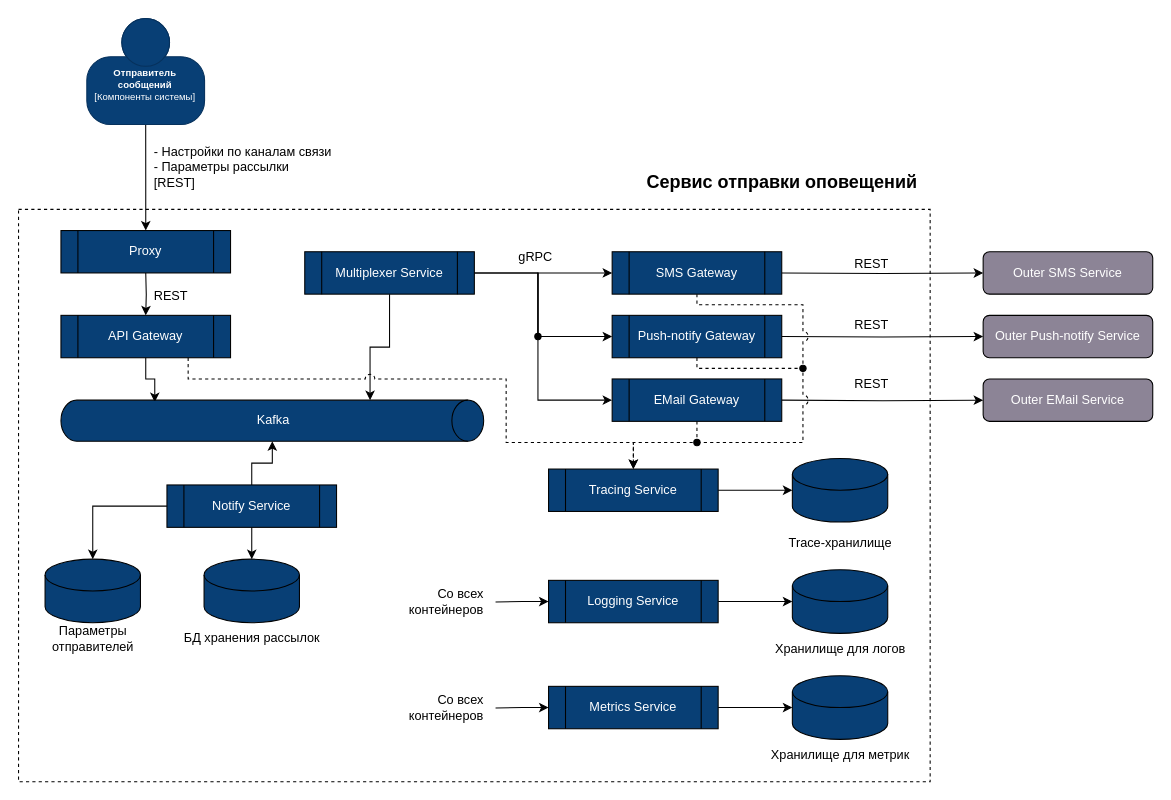
Above: notificator/static/c2_and_c3_diagrams.drawio in Yandex-Practicum/architect-practice-tpl (draw.io), before the change. Source tidied: cells renumbered, new cells numbered last; positions are measured from the earlier drawing's top-left corner, leaving out a move shared by most shapes. Both pictures are drawn from the tidied source at 106%, with x=0, y=0 at pixel (18, 18).
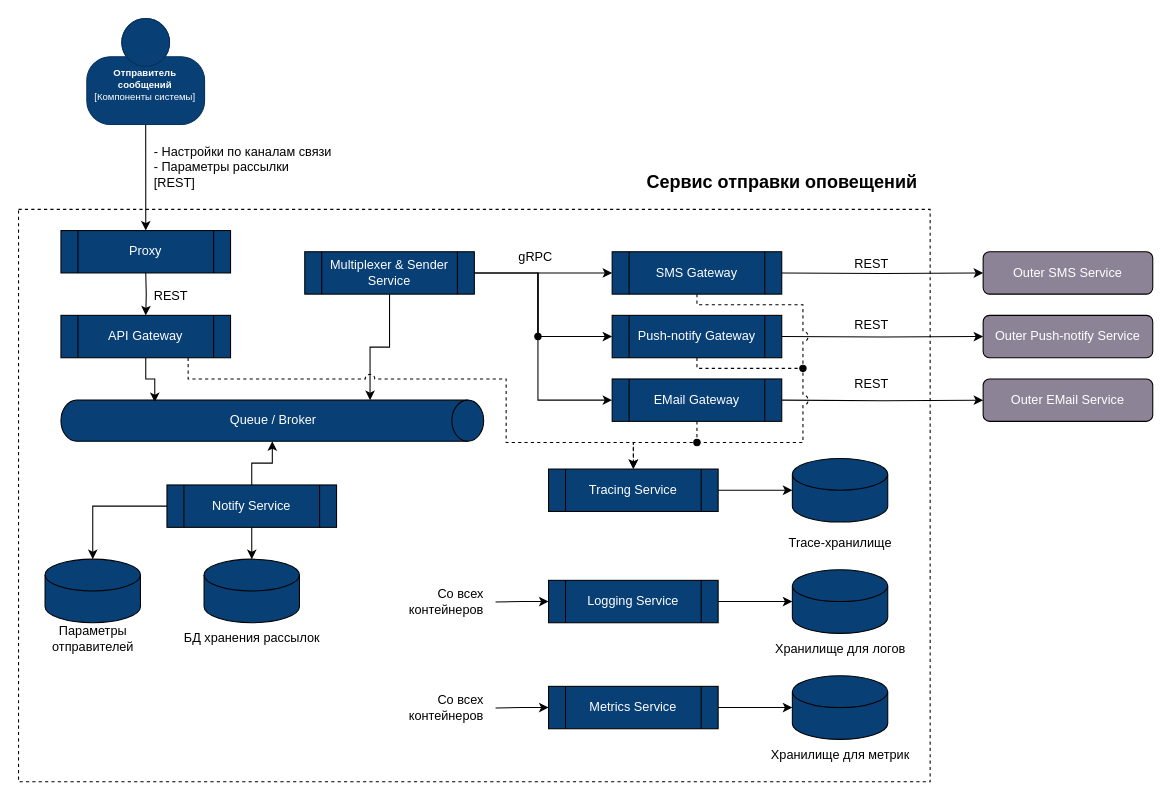
The same diagram, later.

Change to the diagram source:
```diff
@@
-    <mxCell id="21" value="Kafka" style="text;html=1;align=center;verticalAlign=middle;strokeColor=none;fillColor=none;fontColor=#FFFFFF;" parent="1" vertex="1">
-      <mxGeometry x="215" y="364.4" width="50" height="30" as="geometry" />
+    <mxCell id="21" value="Queue / Broker" style="text;html=1;align=center;verticalAlign=middle;strokeColor=none;fillColor=none;fontColor=#FFFFFF;" parent="1" vertex="1">
+      <mxGeometry x="190" y="364.4" width="100" height="30" as="geometry" />
     </mxCell>
@@
-    <mxCell id="35" value="Multiplexer Service" style="shape=process;whiteSpace=wrap;html=1;backgroundOutline=1;fillColor=#083f75;fontColor=#FFFFFF;" parent="1" vertex="1">
+    <mxCell id="35" value="Multiplexer &amp;amp; Sender Service" style="shape=process;whiteSpace=wrap;html=1;backgroundOutline=1;fillColor=#083f75;fontColor=#FFFFFF;" parent="1" vertex="1">
       <mxGeometry x="270" y="220" width="160" height="40" as="geometry" />
     </mxCell>
```
